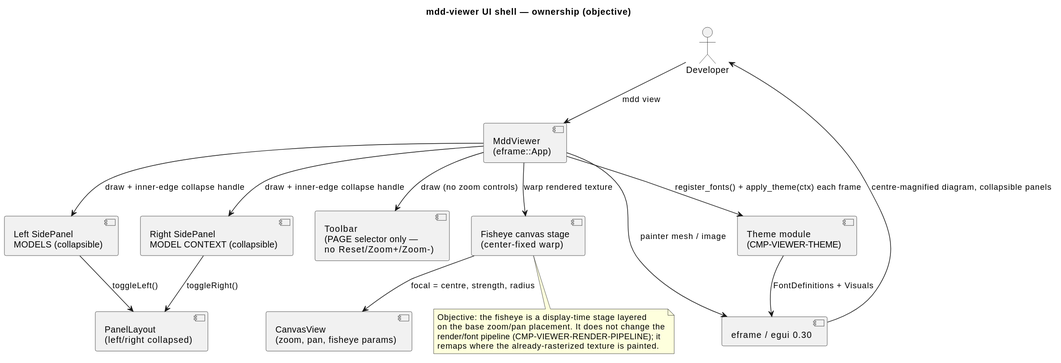
Earlier version of the PlantUML export .mdd/rendered/models/objective/components/viewer-shell.svg (cthadeufaria/model-driven-development).
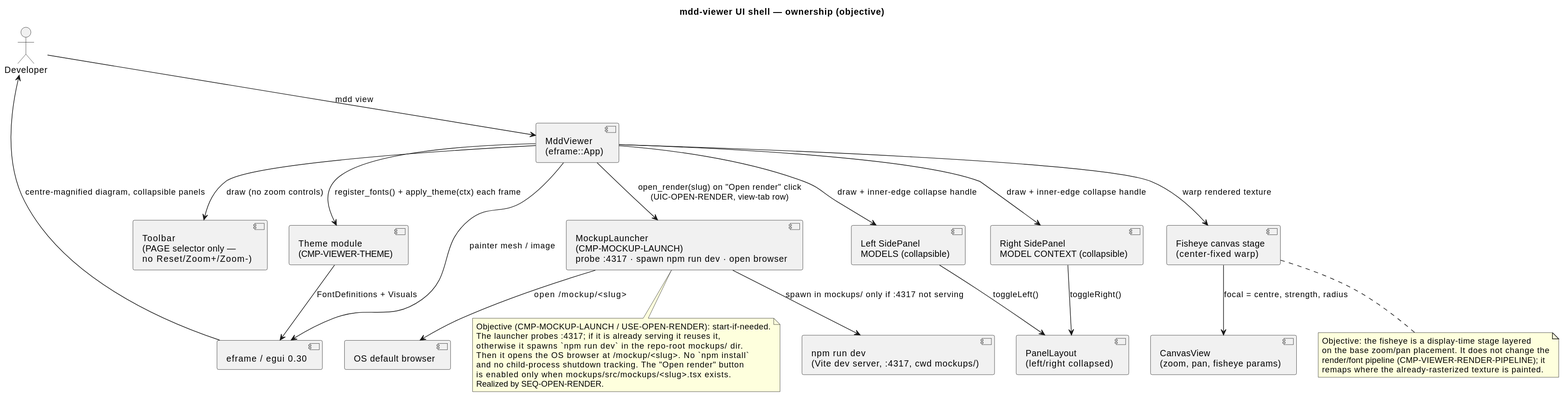
The same diagram one commit later.

The edit, as a diff of the source:
```diff
@@ -32,4 +32,22 @@
   render/font pipeline (CMP-VIEWER-RENDER-PIPELINE); it
   remaps where the already-rasterized texture is painted.
 end note
+
+component "MockupLauncher\n(CMP-MOCKUP-LAUNCH)\nprobe :4317 · spawn npm run dev · open browser" as Launch
+component "npm run dev\n(Vite dev server, :4317, cwd mockups/)" as Vite
+component "OS default browser" as Browser
+
+Viewer --> Launch : open_render(slug) on "Open render" click\n(UIC-OPEN-RENDER, view-tab row)
+Launch --> Vite : spawn in mockups/ only if :4317 not serving
+Launch --> Browser : open /mockup/<slug>
+
+note bottom of Launch
+  Objective (CMP-MOCKUP-LAUNCH / USE-OPEN-RENDER): start-if-needed.
+  The launcher probes :4317; if it is already serving it reuses it,
+  otherwise it spawns `npm run dev` in the repo-root mockups/ dir.
+  Then it opens the OS browser at /mockup/<slug>. No `npm install`
+  and no child-process shutdown tracking. The "Open render" button
+  is enabled only when mockups/src/mockups/<slug>.tsx exists.
+  Realized by SEQ-OPEN-RENDER.
+end note
 @enduml
```
